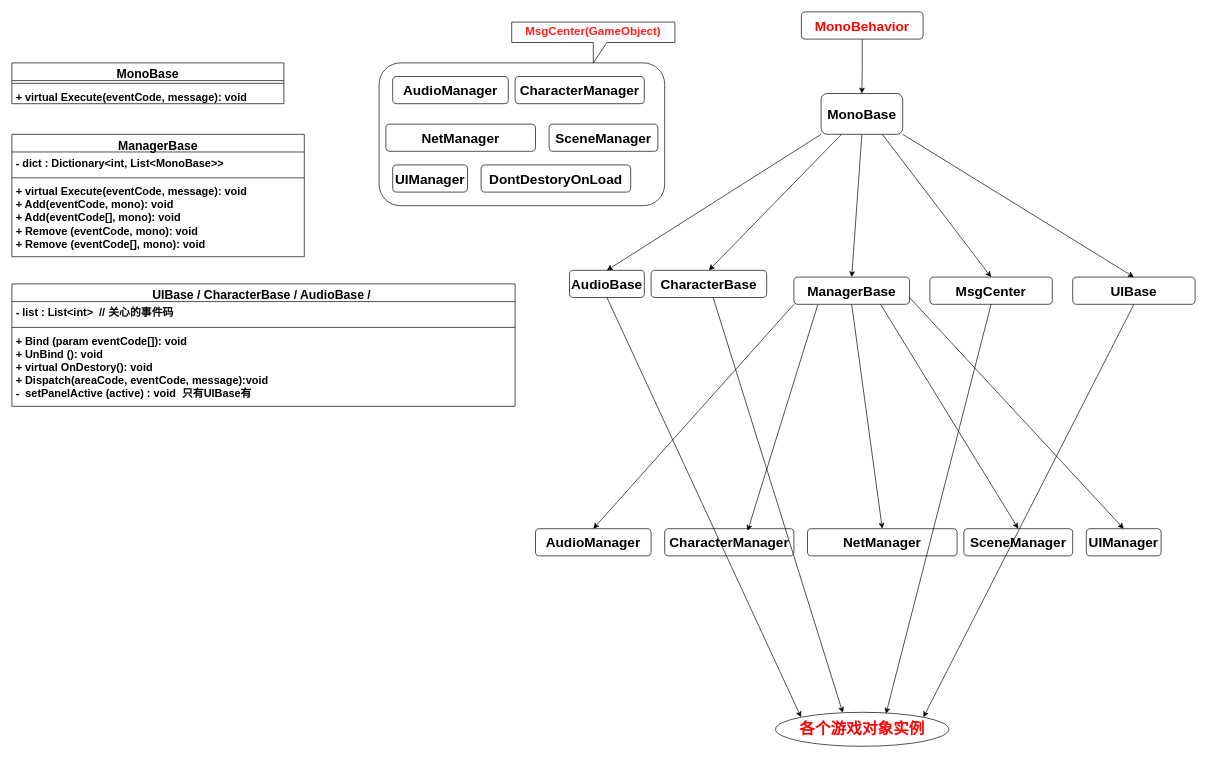
chhelloworld/DrawRepository keeps this draw.io diagram as 网络斗地主.drawio. Above is the earlier version. Source tidied: cells renumbered, new cells numbered last; positions are measured from the earlier drawing's top-left corner, leaving out a move shared by most shapes. Both pictures are drawn from the tidied source at 68%, with x=0, y=0 at pixel (12, 12).
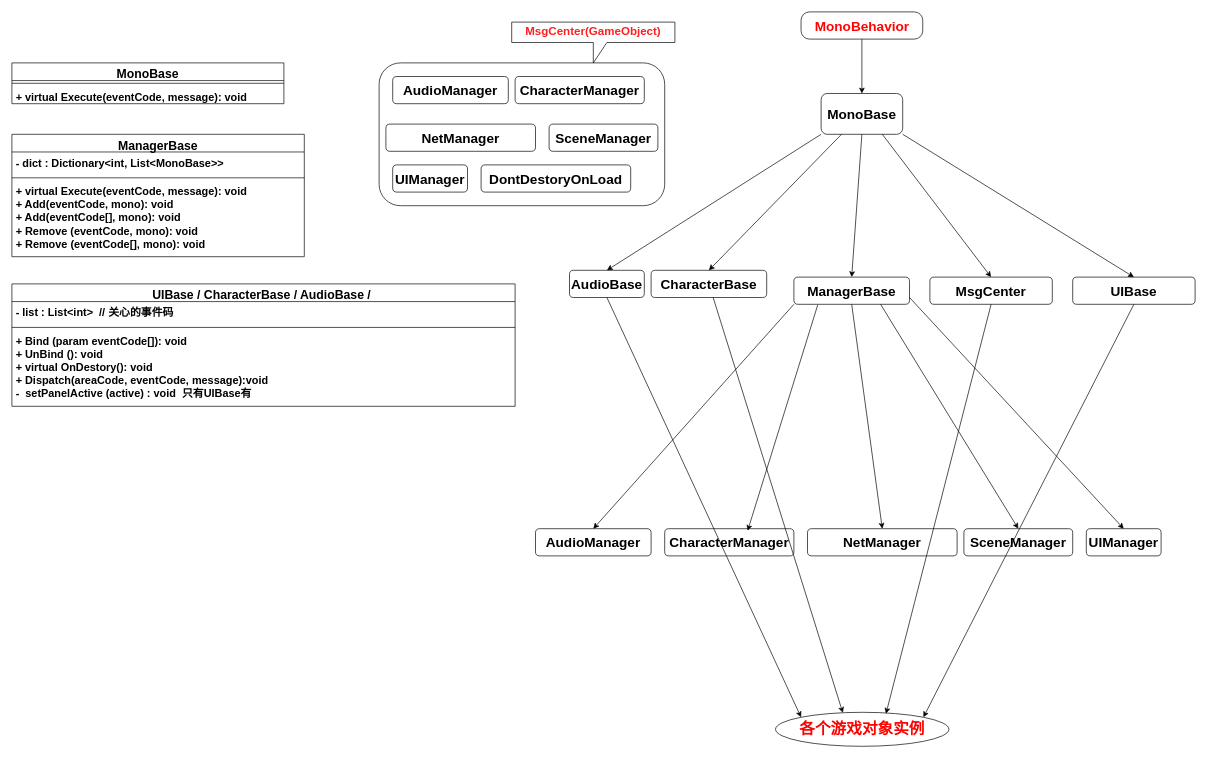
After the change.

Commit message:
更新网络斗地主.drawio

The edit, as a diff of the source:
```diff
@@
-    <mxCell id="3" value="&lt;font size=&quot;1&quot; color=&quot;#ff0303&quot; style=&quot;&quot;&gt;&lt;b style=&quot;font-size: 20px;&quot;&gt;MonoBehavior&lt;/b&gt;&lt;/font&gt;" style="rounded=1;whiteSpace=wrap;html=1;" parent="1" vertex="1">
-      <mxGeometry x="1161" width="179" height="40" as="geometry" />
+    <mxCell id="3" value="&lt;font size=&quot;1&quot; color=&quot;#ff0303&quot; style=&quot;&quot;&gt;&lt;b style=&quot;font-size: 20px;&quot;&gt;MonoBehavior&lt;/b&gt;&lt;/font&gt;" style="rounded=1;whiteSpace=wrap;html=1;arcSize=31;" parent="1" vertex="1">
+      <mxGeometry x="1160.5" width="179" height="40" as="geometry" />
     </mxCell>
```
